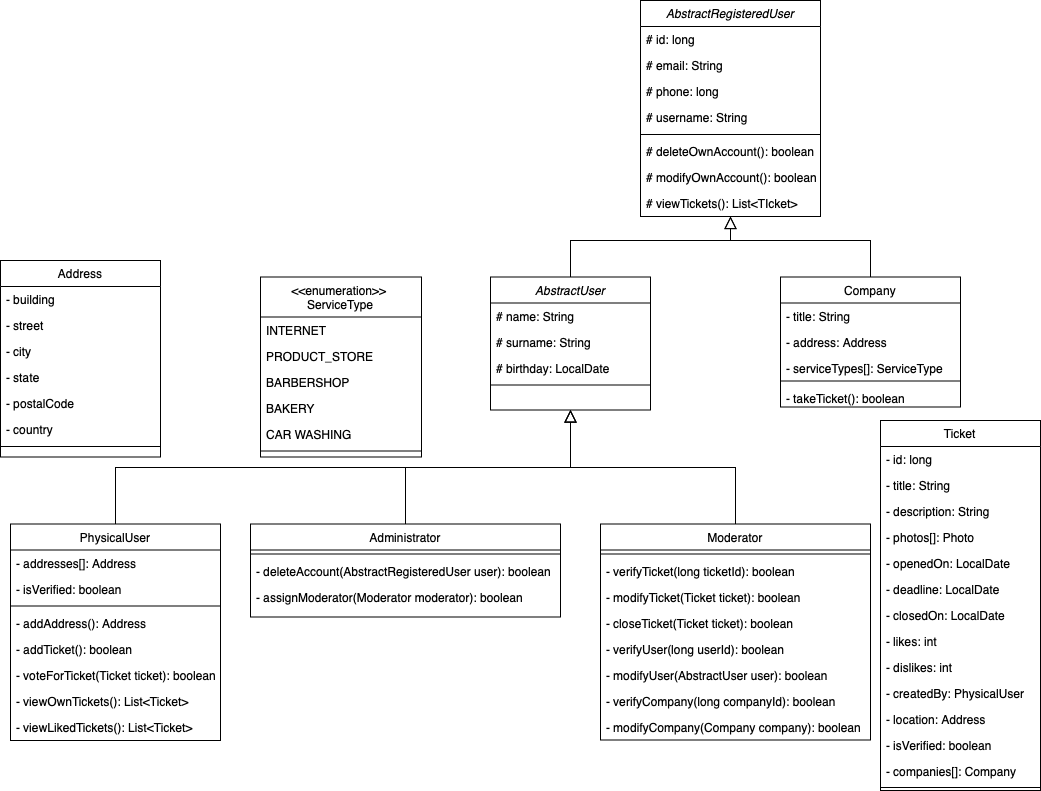
The draw.io diagram uml/out/STC31 Class Diagram.png in STC31-TEAM/appeal_docs, before a commit. Source tidied: cells renumbered, new cells last; positions are measured from the earlier drawing's top-left corner, leaving out a move shared by most shapes.
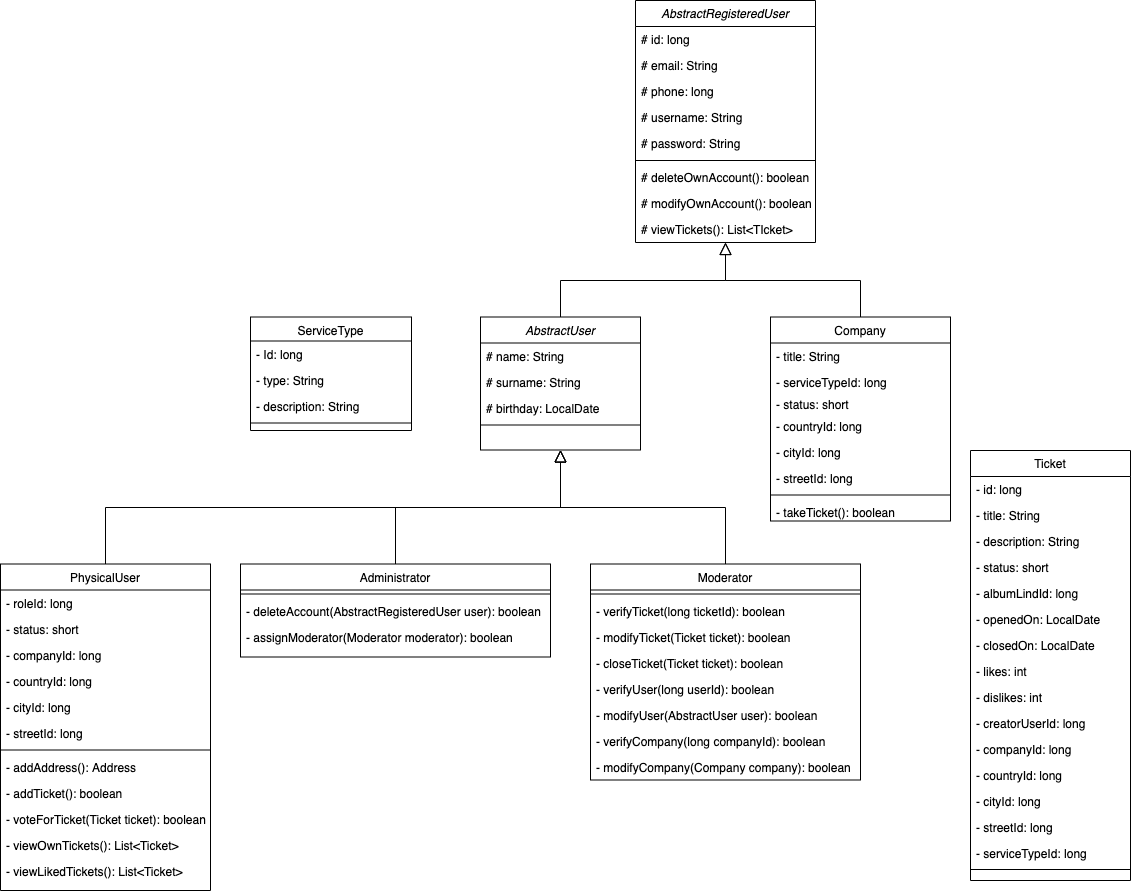
After the change.

Commit message:
Обновил Диаграмму классов

Diff of the diagram source:
```diff
@@ -18,31 +18,43 @@
       <mxGeometry y="104" width="160" height="8" as="geometry" />
     </mxCell>
     <mxCell id="7" value="PhysicalUser" style="swimlane;fontStyle=0;align=center;verticalAlign=top;horizontal=1;startSize=26;rounded=0;shadow=0;strokeWidth=1;" parent="1" vertex="1">
-      <mxGeometry x="10" y="523.5" width="210" height="216.5" as="geometry" />
+      <mxGeometry x="10" y="523.5" width="210" height="326.5" as="geometry" />
     </mxCell>
-    <mxCell id="8" value="- addresses[]: Address" style="text;align=left;verticalAlign=top;spacingLeft=4;spacingRight=4;overflow=hidden;" parent="7" vertex="1">
+    <mxCell id="8" value="- roleId: long" style="text;align=left;verticalAlign=top;spacingLeft=4;spacingRight=4;overflow=hidden;" parent="7" vertex="1">
       <mxGeometry y="26" width="210" height="26" as="geometry" />
     </mxCell>
-    <mxCell id="9" value="- isVerified: boolean" style="text;align=left;verticalAlign=top;spacingLeft=4;spacingRight=4;overflow=hidden;" parent="7" vertex="1">
+    <mxCell id="9" value="- status: short" style="text;align=left;verticalAlign=top;spacingLeft=4;spacingRight=4;overflow=hidden;" parent="7" vertex="1">
       <mxGeometry y="52" width="210" height="26" as="geometry" />
     </mxCell>
+    <mxCell id="79" value="- companyId: long" style="text;align=left;verticalAlign=top;spacingLeft=4;spacingRight=4;overflow=hidden;" parent="7" vertex="1">
+      <mxGeometry y="78" width="210" height="26" as="geometry" />
+    </mxCell>
+    <mxCell id="80" value="- countryId: long" style="text;align=left;verticalAlign=top;spacingLeft=4;spacingRight=4;overflow=hidden;" parent="7" vertex="1">
+      <mxGeometry y="104" width="210" height="26" as="geometry" />
+    </mxCell>
+    <mxCell id="81" value="- cityId: long" style="text;align=left;verticalAlign=top;spacingLeft=4;spacingRight=4;overflow=hidden;" parent="7" vertex="1">
+      <mxGeometry y="130" width="210" height="26" as="geometry" />
+    </mxCell>
+    <mxCell id="82" value="- streetId: long" style="text;align=left;verticalAlign=top;spacingLeft=4;spacingRight=4;overflow=hidden;" parent="7" vertex="1">
+      <mxGeometry y="156" width="210" height="26" as="geometry" />
+    </mxCell>
     <mxCell id="10" style="line;html=1;strokeWidth=1;align=left;verticalAlign=middle;spacingTop=-1;spacingLeft=3;spacingRight=3;labelPosition=right;" parent="7" vertex="1">
-      <mxGeometry y="78" width="210" height="8" as="geometry" />
+      <mxGeometry y="182" width="210" height="8" as="geometry" />
     </mxCell>
     <mxCell id="11" value="- addAddress(): Address" style="text;align=left;verticalAlign=top;spacingLeft=4;spacingRight=4;overflow=hidden;" parent="7" vertex="1">
-      <mxGeometry y="86" width="210" height="26" as="geometry" />
+      <mxGeometry y="190" width="210" height="26" as="geometry" />
     </mxCell>
     <mxCell id="12" value="- addTicket(): boolean" style="text;align=left;verticalAlign=top;spacingLeft=4;spacingRight=4;overflow=hidden;" parent="7" vertex="1">
-      <mxGeometry y="112" width="210" height="26" as="geometry" />
+      <mxGeometry y="216" width="210" height="26" as="geometry" />
     </mxCell>
     <mxCell id="13" value="- voteForTicket(Ticket ticket): boolean" style="text;align=left;verticalAlign=top;spacingLeft=4;spacingRight=4;overflow=hidden;" parent="7" vertex="1">
-      <mxGeometry y="138" width="210" height="26" as="geometry" />
+      <mxGeometry y="242" width="210" height="26" as="geometry" />
     </mxCell>
     <mxCell id="14" value="- viewOwnTickets(): List&lt;Ticket&gt;" style="text;align=left;verticalAlign=top;spacingLeft=4;spacingRight=4;overflow=hidden;" parent="7" vertex="1">
-      <mxGeometry y="164" width="210" height="26" as="geometry" />
+      <mxGeometry y="268" width="210" height="26" as="geometry" />
     </mxCell>
     <mxCell id="15" value="- viewLikedTickets(): List&lt;Ticket&gt;" style="text;align=left;verticalAlign=top;spacingLeft=4;spacingRight=4;overflow=hidden;" parent="7" vertex="1">
-      <mxGeometry y="190" width="210" height="26" as="geometry" />
+      <mxGeometry y="294" width="210" height="26" as="geometry" />
     </mxCell>
     <mxCell id="16" style="endArrow=block;endSize=10;endFill=0;shadow=0;strokeWidth=1;rounded=0;edgeStyle=elbowEdgeStyle;elbow=vertical;" parent="1" edge="1" source="7" target="2">
       <mxGeometry relative="1" as="geometry" />
@@ -77,50 +89,35 @@
     <mxCell id="26" style="endArrow=block;endSize=10;endFill=0;shadow=0;strokeWidth=1;rounded=0;edgeStyle=elbowEdgeStyle;elbow=vertical;" parent="1" edge="1" source="17" target="2">
       <mxGeometry relative="1" as="geometry" />
     </mxCell>
-    <mxCell id="27" value="Address" style="swimlane;fontStyle=0;align=center;verticalAlign=top;horizontal=1;startSize=26;rounded=0;shadow=0;strokeWidth=1;" parent="1" vertex="1">
-      <mxGeometry y="260" width="160" height="196.5" as="geometry" />
-    </mxCell>
-    <mxCell id="28" value="- building" style="text;align=left;verticalAlign=top;spacingLeft=4;spacingRight=4;overflow=hidden;" parent="27" vertex="1">
-      <mxGeometry y="26" width="160" height="26" as="geometry" />
-    </mxCell>
-    <mxCell id="29" value="- street" style="text;align=left;verticalAlign=top;spacingLeft=4;spacingRight=4;overflow=hidden;" parent="27" vertex="1">
-      <mxGeometry y="52" width="160" height="26" as="geometry" />
-    </mxCell>
-    <mxCell id="30" value="- city" style="text;align=left;verticalAlign=top;spacingLeft=4;spacingRight=4;overflow=hidden;rounded=0;shadow=0;html=0;" parent="27" vertex="1">
-      <mxGeometry y="78" width="160" height="26" as="geometry" />
-    </mxCell>
-    <mxCell id="31" value="- state" style="text;align=left;verticalAlign=top;spacingLeft=4;spacingRight=4;overflow=hidden;rounded=0;shadow=0;html=0;" parent="27" vertex="1">
-      <mxGeometry y="104" width="160" height="26" as="geometry" />
-    </mxCell>
-    <mxCell id="32" value="- postalCode" style="text;align=left;verticalAlign=top;spacingLeft=4;spacingRight=4;overflow=hidden;rounded=0;shadow=0;html=0;" parent="27" vertex="1">
-      <mxGeometry y="130" width="160" height="26" as="geometry" />
-    </mxCell>
-    <mxCell id="33" value="- country" style="text;align=left;verticalAlign=top;spacingLeft=4;spacingRight=4;overflow=hidden;rounded=0;shadow=0;html=0;" parent="27" vertex="1">
-      <mxGeometry y="156" width="160" height="26" as="geometry" />
-    </mxCell>
-    <mxCell id="34" style="line;html=1;strokeWidth=1;align=left;verticalAlign=middle;spacingTop=-1;spacingLeft=3;spacingRight=3;labelPosition=right;" parent="27" vertex="1">
-      <mxGeometry y="182" width="160" height="8" as="geometry" />
-    </mxCell>
     <mxCell id="35" value="Company" style="swimlane;fontStyle=0;align=center;verticalAlign=top;horizontal=1;startSize=26;rounded=0;shadow=0;strokeWidth=1;" parent="1" vertex="1">
-      <mxGeometry x="780" y="276.5" width="180" height="130" as="geometry" />
+      <mxGeometry x="780" y="276.5" width="180" height="204" as="geometry" />
     </mxCell>
     <mxCell id="36" value="- title: String&#10;" style="text;align=left;verticalAlign=top;spacingLeft=4;spacingRight=4;overflow=hidden;rounded=0;shadow=0;html=0;" parent="35" vertex="1">
       <mxGeometry y="26" width="180" height="26" as="geometry" />
     </mxCell>
+    <mxCell id="38" value="- serviceTypeId: long" style="text;align=left;verticalAlign=top;spacingLeft=4;spacingRight=4;overflow=hidden;rounded=0;shadow=0;html=0;" parent="35" vertex="1">
+      <mxGeometry y="52" width="180" height="22" as="geometry" />
+    </mxCell>
+    <mxCell id="83" value="- status: short" style="text;align=left;verticalAlign=top;spacingLeft=4;spacingRight=4;overflow=hidden;rounded=0;shadow=0;html=0;" parent="35" vertex="1">
+      <mxGeometry y="74" width="180" height="22" as="geometry" />
+    </mxCell>
-    <mxCell id="37" value="- address: Address" style="text;align=left;verticalAlign=top;spacingLeft=4;spacingRight=4;overflow=hidden;rounded=0;shadow=0;html=0;" parent="35" vertex="1">
-      <mxGeometry y="52" width="180" height="26" as="geometry" />
+    <mxCell id="37" value="- countryId: long" style="text;align=left;verticalAlign=top;spacingLeft=4;spacingRight=4;overflow=hidden;rounded=0;shadow=0;html=0;" parent="35" vertex="1">
+      <mxGeometry y="96" width="180" height="26" as="geometry" />
     </mxCell>
-    <mxCell id="38" value="- serviceTypes[]: ServiceType" style="text;align=left;verticalAlign=top;spacingLeft=4;spacingRight=4;overflow=hidden;rounded=0;shadow=0;html=0;" parent="35" vertex="1">
-      <mxGeometry y="78" width="180" height="22" as="geometry" />
-    </mxCell>
+    <mxCell id="84" value="- cityId: long" style="text;align=left;verticalAlign=top;spacingLeft=4;spacingRight=4;overflow=hidden;rounded=0;shadow=0;html=0;" parent="35" vertex="1">
+      <mxGeometry y="122" width="180" height="26" as="geometry" />
+    </mxCell>
+    <mxCell id="85" value="- streetId: long" style="text;align=left;verticalAlign=top;spacingLeft=4;spacingRight=4;overflow=hidden;rounded=0;shadow=0;html=0;" parent="35" vertex="1">
+      <mxGeometry y="148" width="180" height="26" as="geometry" />
+    </mxCell>
     <mxCell id="39" style="line;html=1;strokeWidth=1;align=left;verticalAlign=middle;spacingTop=-1;spacingLeft=3;spacingRight=3;labelPosition=right;" parent="35" vertex="1">
-      <mxGeometry y="100" width="180" height="8" as="geometry" />
+      <mxGeometry y="174" width="180" height="8" as="geometry" />
     </mxCell>
     <mxCell id="40" value="- takeTicket(): boolean" style="text;align=left;verticalAlign=top;spacingLeft=4;spacingRight=4;overflow=hidden;rounded=0;shadow=0;html=0;" parent="35" vertex="1">
-      <mxGeometry y="108" width="180" height="22" as="geometry" />
+      <mxGeometry y="182" width="180" height="22" as="geometry" />
     </mxCell>
     <mxCell id="41" value="AbstractRegisteredUser" style="swimlane;fontStyle=2;align=center;verticalAlign=top;horizontal=1;startSize=26;rounded=0;shadow=0;strokeWidth=1;" parent="1" vertex="1">
-      <mxGeometry x="640" width="180" height="216" as="geometry" />
+      <mxGeometry x="645" y="-40" width="180" height="242" as="geometry" />
     </mxCell>
     <mxCell id="42" value="# id: long" style="text;align=left;verticalAlign=top;spacingLeft=4;spacingRight=4;overflow=hidden;" parent="41" vertex="1">
       <mxGeometry y="26" width="180" height="26" as="geometry" />
@@ -134,17 +131,20 @@
     <mxCell id="45" value="# username: String" style="text;align=left;verticalAlign=top;spacingLeft=4;spacingRight=4;overflow=hidden;" parent="41" vertex="1">
       <mxGeometry y="104" width="180" height="26" as="geometry" />
     </mxCell>
+    <mxCell id="86" value="# password: String" style="text;align=left;verticalAlign=top;spacingLeft=4;spacingRight=4;overflow=hidden;" parent="41" vertex="1">
+      <mxGeometry y="130" width="180" height="26" as="geometry" />
+    </mxCell>
     <mxCell id="46" style="line;html=1;strokeWidth=1;align=left;verticalAlign=middle;spacingTop=-1;spacingLeft=3;spacingRight=3;labelPosition=right;" parent="41" vertex="1">
-      <mxGeometry y="130" width="180" height="8" as="geometry" />
+      <mxGeometry y="156" width="180" height="8" as="geometry" />
     </mxCell>
     <mxCell id="47" value="# deleteOwnAccount(): boolean" style="text;align=left;verticalAlign=top;spacingLeft=4;spacingRight=4;overflow=hidden;" parent="41" vertex="1">
-      <mxGeometry y="138" width="180" height="26" as="geometry" />
+      <mxGeometry y="164" width="180" height="26" as="geometry" />
     </mxCell>
     <mxCell id="48" value="# modifyOwnAccount(): boolean" style="text;align=left;verticalAlign=top;spacingLeft=4;spacingRight=4;overflow=hidden;" parent="41" vertex="1">
-      <mxGeometry y="164" width="180" height="26" as="geometry" />
+      <mxGeometry y="190" width="180" height="26" as="geometry" />
     </mxCell>
     <mxCell id="49" value="# viewTickets(): List&lt;TIcket&gt;" style="text;align=left;verticalAlign=top;spacingLeft=4;spacingRight=4;overflow=hidden;points=[[0,0.5],[1,0.5]];portConstraint=eastwest;" parent="41" vertex="1">
-      <mxGeometry y="190" width="180" height="26" as="geometry" />
+      <mxGeometry y="216" width="180" height="26" as="geometry" />
     </mxCell>
     <mxCell id="50" style="endArrow=block;endSize=10;endFill=0;shadow=0;strokeWidth=1;rounded=0;edgeStyle=elbowEdgeStyle;elbow=vertical;exitX=0.5;exitY=0;exitDx=0;exitDy=0;entryX=0.5;entryY=1;entryDx=0;entryDy=0;entryPerimeter=0;" parent="1" edge="1" source="35" target="49">
       <mxGeometry relative="1" as="geometry">
@@ -160,29 +160,23 @@
         </Array>
       </mxGeometry>
     </mxCell>
-    <mxCell id="52" value="&lt;&lt;enumeration&gt;&gt; &#10;ServiceType" style="swimlane;fontStyle=0;align=center;verticalAlign=top;horizontal=1;startSize=40;rounded=0;shadow=0;strokeWidth=1;" parent="1" vertex="1">
-      <mxGeometry x="260" y="276.5" width="161" height="180" as="geometry" />
+    <mxCell id="52" value="ServiceType" style="swimlane;fontStyle=0;align=center;verticalAlign=top;horizontal=1;startSize=24;rounded=0;shadow=0;strokeWidth=1;" parent="1" vertex="1">
+      <mxGeometry x="260" y="276.5" width="161" height="113.5" as="geometry" />
     </mxCell>
-    <mxCell id="53" value="INTERNET" style="text;align=left;verticalAlign=top;spacingLeft=4;spacingRight=4;overflow=hidden;rounded=0;shadow=0;html=0;" parent="52" vertex="1">
-      <mxGeometry y="40" width="161" height="26" as="geometry" />
+    <mxCell id="53" value="- Id: long" style="text;align=left;verticalAlign=top;spacingLeft=4;spacingRight=4;overflow=hidden;rounded=0;shadow=0;html=0;" parent="52" vertex="1">
+      <mxGeometry y="24" width="161" height="26" as="geometry" />
     </mxCell>
-    <mxCell id="54" value="PRODUCT_STORE" style="text;align=left;verticalAlign=top;spacingLeft=4;spacingRight=4;overflow=hidden;rounded=0;shadow=0;html=0;" parent="52" vertex="1">
-      <mxGeometry y="66" width="161" height="26" as="geometry" />
+    <mxCell id="54" value="- type: String" style="text;align=left;verticalAlign=top;spacingLeft=4;spacingRight=4;overflow=hidden;rounded=0;shadow=0;html=0;" parent="52" vertex="1">
+      <mxGeometry y="50" width="161" height="26" as="geometry" />
     </mxCell>
-    <mxCell id="55" value="BARBERSHOP" style="text;align=left;verticalAlign=top;spacingLeft=4;spacingRight=4;overflow=hidden;rounded=0;shadow=0;html=0;" parent="52" vertex="1">
-      <mxGeometry y="92" width="161" height="26" as="geometry" />
+    <mxCell id="55" value="- description: String" style="text;align=left;verticalAlign=top;spacingLeft=4;spacingRight=4;overflow=hidden;rounded=0;shadow=0;html=0;" parent="52" vertex="1">
+      <mxGeometry y="76" width="161" height="26" as="geometry" />
     </mxCell>
-    <mxCell id="56" value="BAKERY" style="text;align=left;verticalAlign=top;spacingLeft=4;spacingRight=4;overflow=hidden;rounded=0;shadow=0;html=0;" parent="52" vertex="1">
-      <mxGeometry y="118" width="161" height="26" as="geometry" />
-    </mxCell>
-    <mxCell id="57" value="CAR WASHING" style="text;align=left;verticalAlign=top;spacingLeft=4;spacingRight=4;overflow=hidden;rounded=0;shadow=0;html=0;" parent="52" vertex="1">
-      <mxGeometry y="144" width="161" height="26" as="geometry" />
-    </mxCell>
     <mxCell id="58" style="line;html=1;strokeWidth=1;align=left;verticalAlign=middle;spacingTop=-1;spacingLeft=3;spacingRight=3;labelPosition=right;" parent="52" vertex="1">
-      <mxGeometry y="170" width="161" height="8" as="geometry" />
+      <mxGeometry y="102" width="161" height="8" as="geometry" />
     </mxCell>
     <mxCell id="59" value="Ticket" style="swimlane;fontStyle=0;align=center;verticalAlign=top;horizontal=1;startSize=26;rounded=0;shadow=0;strokeWidth=1;" parent="1" vertex="1">
-      <mxGeometry x="880" y="420" width="160" height="370" as="geometry" />
+      <mxGeometry x="980" y="410" width="160" height="430" as="geometry" />
     </mxCell>
     <mxCell id="60" value="- id: long&#10;" style="text;align=left;verticalAlign=top;spacingLeft=4;spacingRight=4;overflow=hidden;rounded=0;shadow=0;html=0;" parent="59" vertex="1">
       <mxGeometry y="26" width="160" height="26" as="geometry" />
@@ -193,15 +187,15 @@
     <mxCell id="62" value="- description: String" style="text;align=left;verticalAlign=top;spacingLeft=4;spacingRight=4;overflow=hidden;" parent="59" vertex="1">
       <mxGeometry y="78" width="160" height="26" as="geometry" />
     </mxCell>
+    <mxCell id="71" value="- status: short" style="text;align=left;verticalAlign=top;spacingLeft=4;spacingRight=4;overflow=hidden;rounded=0;shadow=0;html=0;" parent="59" vertex="1">
+      <mxGeometry y="104" width="160" height="26" as="geometry" />
+    </mxCell>
-    <mxCell id="63" value="- photos[]: Photo" style="text;align=left;verticalAlign=top;spacingLeft=4;spacingRight=4;overflow=hidden;" parent="59" vertex="1">
-      <mxGeometry y="104" width="160" height="26" as="geometry" />
+    <mxCell id="63" value="- albumLindId: long" style="text;align=left;verticalAlign=top;spacingLeft=4;spacingRight=4;overflow=hidden;" parent="59" vertex="1">
+      <mxGeometry y="130" width="160" height="26" as="geometry" />
     </mxCell>
     <mxCell id="64" value="- openedOn: LocalDate" style="text;align=left;verticalAlign=top;spacingLeft=4;spacingRight=4;overflow=hidden;" parent="59" vertex="1">
-      <mxGeometry y="130" width="160" height="26" as="geometry" />
+      <mxGeometry y="156" width="160" height="26" as="geometry" />
     </mxCell>
-    <mxCell id="65" value="- deadline: LocalDate" style="text;align=left;verticalAlign=top;spacingLeft=4;spacingRight=4;overflow=hidden;rounded=0;shadow=0;html=0;" parent="59" vertex="1">
-      <mxGeometry y="156" width="160" height="26" as="geometry" />
-    </mxCell>
     <mxCell id="66" value="- closedOn: LocalDate" style="text;align=left;verticalAlign=top;spacingLeft=4;spacingRight=4;overflow=hidden;rounded=0;shadow=0;html=0;" parent="59" vertex="1">
       <mxGeometry y="182" width="160" height="26" as="geometry" />
     </mxCell>
@@ -211,20 +205,26 @@
     <mxCell id="68" value="- dislikes: int" style="text;align=left;verticalAlign=top;spacingLeft=4;spacingRight=4;overflow=hidden;rounded=0;shadow=0;html=0;" parent="59" vertex="1">
       <mxGeometry y="234" width="160" height="26" as="geometry" />
     </mxCell>
-    <mxCell id="69" value="- createdBy: PhysicalUser" style="text;align=left;verticalAlign=top;spacingLeft=4;spacingRight=4;overflow=hidden;rounded=0;shadow=0;html=0;" parent="59" vertex="1">
+    <mxCell id="69" value="- creatorUserId: long" style="text;align=left;verticalAlign=top;spacingLeft=4;spacingRight=4;overflow=hidden;rounded=0;shadow=0;html=0;" parent="59" vertex="1">
       <mxGeometry y="260" width="160" height="26" as="geometry" />
     </mxCell>
+    <mxCell id="72" value="- companyId: long" style="text;align=left;verticalAlign=top;spacingLeft=4;spacingRight=4;overflow=hidden;rounded=0;shadow=0;html=0;" parent="59" vertex="1">
+      <mxGeometry y="286" width="160" height="26" as="geometry" />
+    </mxCell>
-    <mxCell id="70" value="- location: Address" style="text;align=left;verticalAlign=top;spacingLeft=4;spacingRight=4;overflow=hidden;rounded=0;shadow=0;html=0;" parent="59" vertex="1">
-      <mxGeometry y="286" width="160" height="26" as="geometry" />
+    <mxCell id="70" value="- countryId: long" style="text;align=left;verticalAlign=top;spacingLeft=4;spacingRight=4;overflow=hidden;rounded=0;shadow=0;html=0;" parent="59" vertex="1">
+      <mxGeometry y="312" width="160" height="26" as="geometry" />
     </mxCell>
-    <mxCell id="71" value="- isVerified: boolean" style="text;align=left;verticalAlign=top;spacingLeft=4;spacingRight=4;overflow=hidden;rounded=0;shadow=0;html=0;" parent="59" vertex="1">
-      <mxGeometry y="312" width="160" height="26" as="geometry" />
-    </mxCell>
-    <mxCell id="72" value="- companies[]: Company" style="text;align=left;verticalAlign=top;spacingLeft=4;spacingRight=4;overflow=hidden;rounded=0;shadow=0;html=0;" parent="59" vertex="1">
-      <mxGeometry y="338" width="160" height="26" as="geometry" />
-    </mxCell>
+    <mxCell id="87" value="- cityId: long" style="text;align=left;verticalAlign=top;spacingLeft=4;spacingRight=4;overflow=hidden;rounded=0;shadow=0;html=0;" parent="59" vertex="1">
+      <mxGeometry y="338" width="160" height="26" as="geometry" />
+    </mxCell>
+    <mxCell id="88" value="- streetId: long" style="text;align=left;verticalAlign=top;spacingLeft=4;spacingRight=4;overflow=hidden;rounded=0;shadow=0;html=0;" parent="59" vertex="1">
+      <mxGeometry y="364" width="160" height="26" as="geometry" />
+    </mxCell>
+    <mxCell id="89" value="- serviceTypeId: long" style="text;align=left;verticalAlign=top;spacingLeft=4;spacingRight=4;overflow=hidden;rounded=0;shadow=0;html=0;" parent="59" vertex="1">
+      <mxGeometry y="390" width="160" height="26" as="geometry" />
+    </mxCell>
     <mxCell id="73" style="line;html=1;strokeWidth=1;align=left;verticalAlign=middle;spacingTop=-1;spacingLeft=3;spacingRight=3;labelPosition=right;" parent="59" vertex="1">
-      <mxGeometry y="364" width="160" height="6" as="geometry" />
+      <mxGeometry y="416" width="160" height="6" as="geometry" />
     </mxCell>
     <mxCell id="74" value="Administrator" style="swimlane;fontStyle=0;align=center;verticalAlign=top;horizontal=1;startSize=26;rounded=0;shadow=0;strokeWidth=1;" parent="1" vertex="1">
       <mxGeometry x="250" y="523.5" width="310" height="93" as="geometry" />
```
